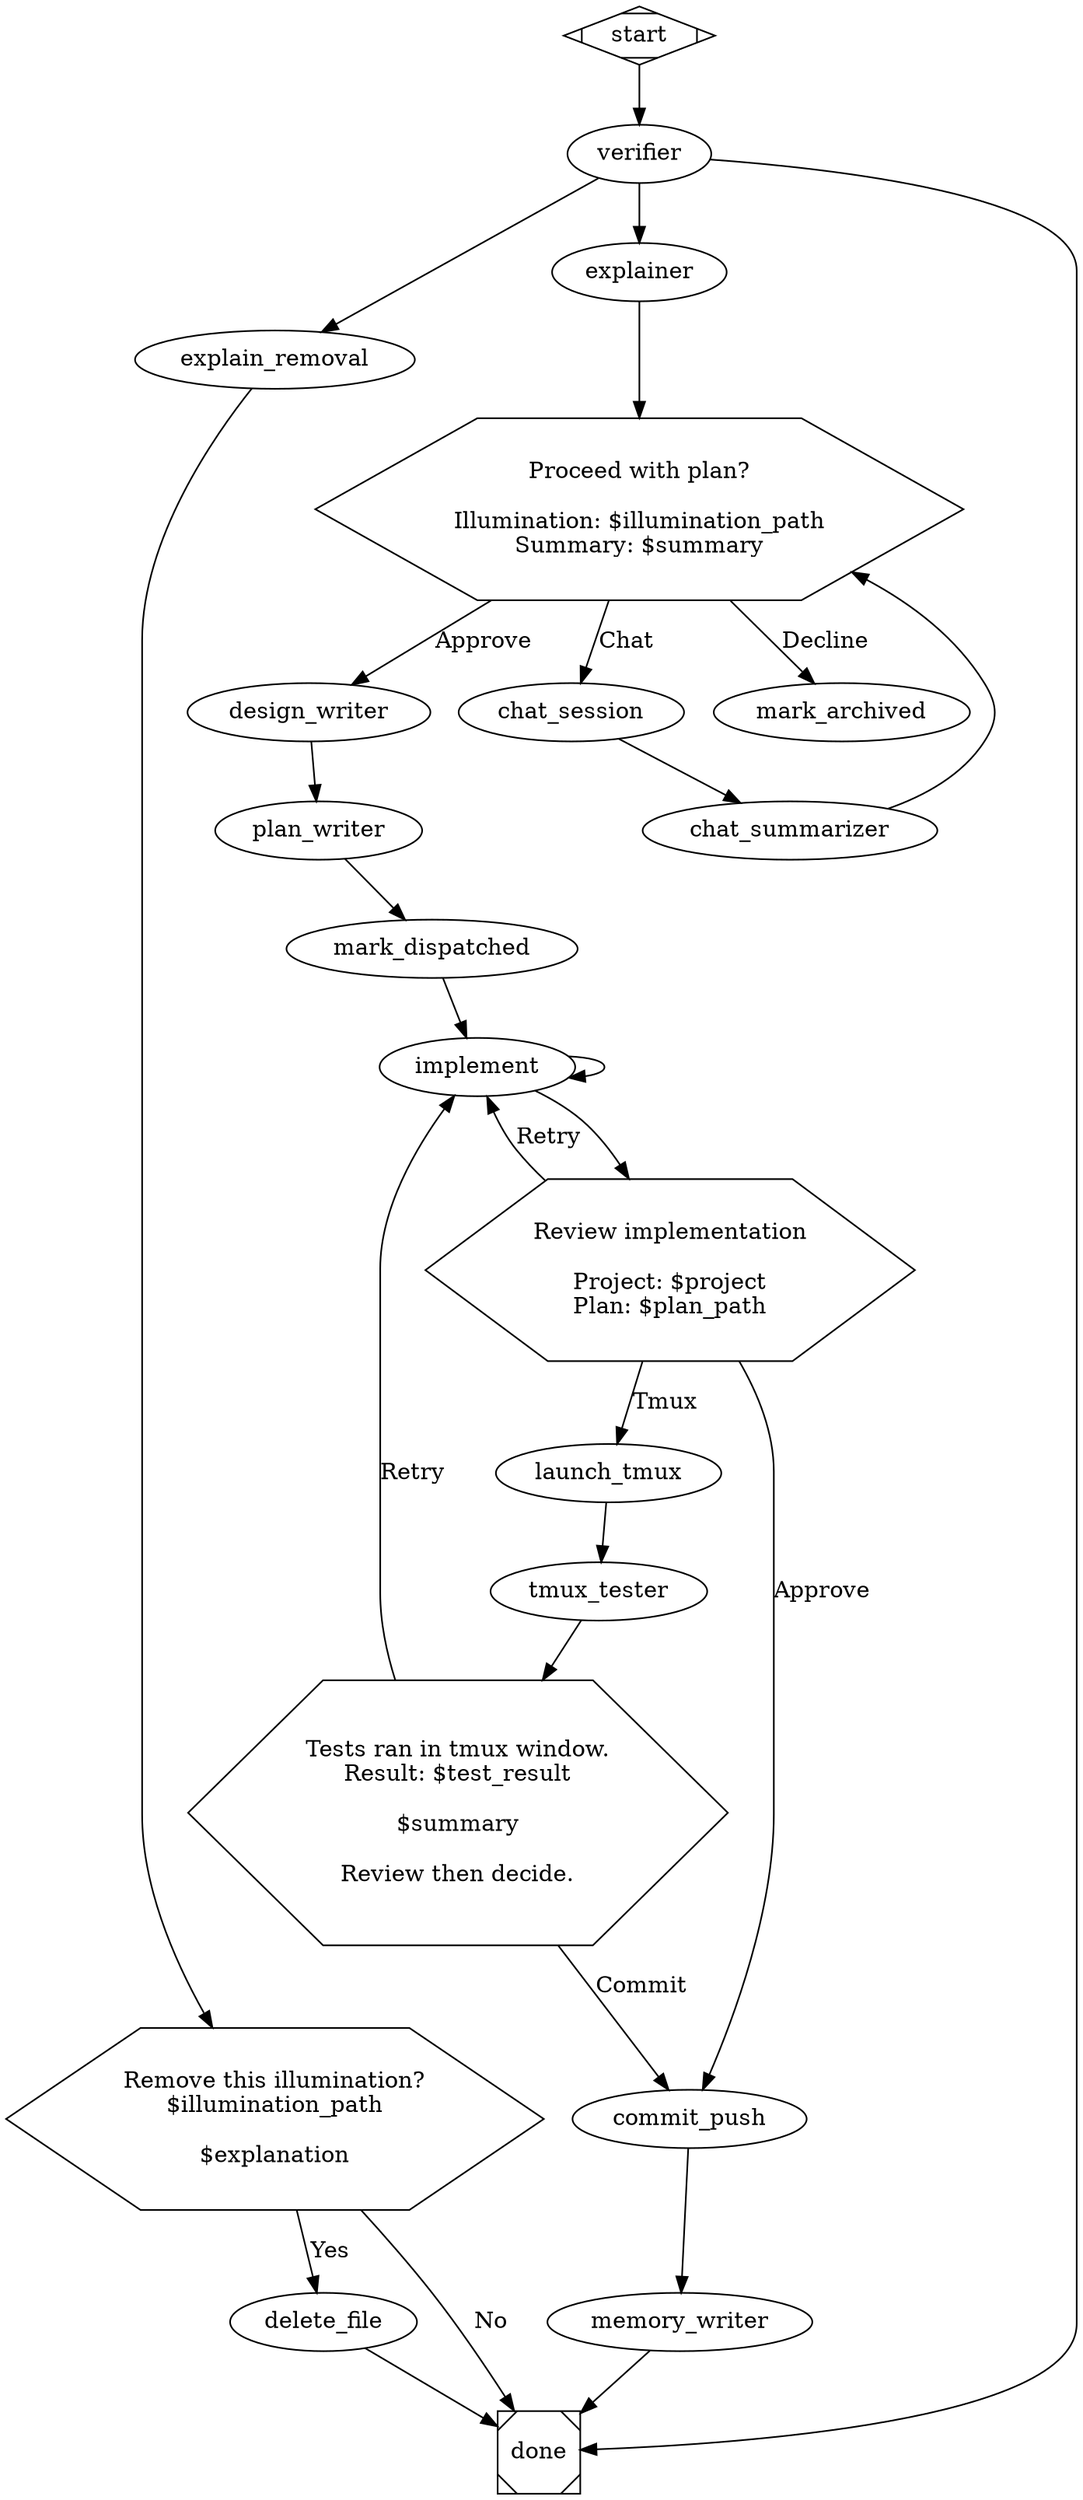
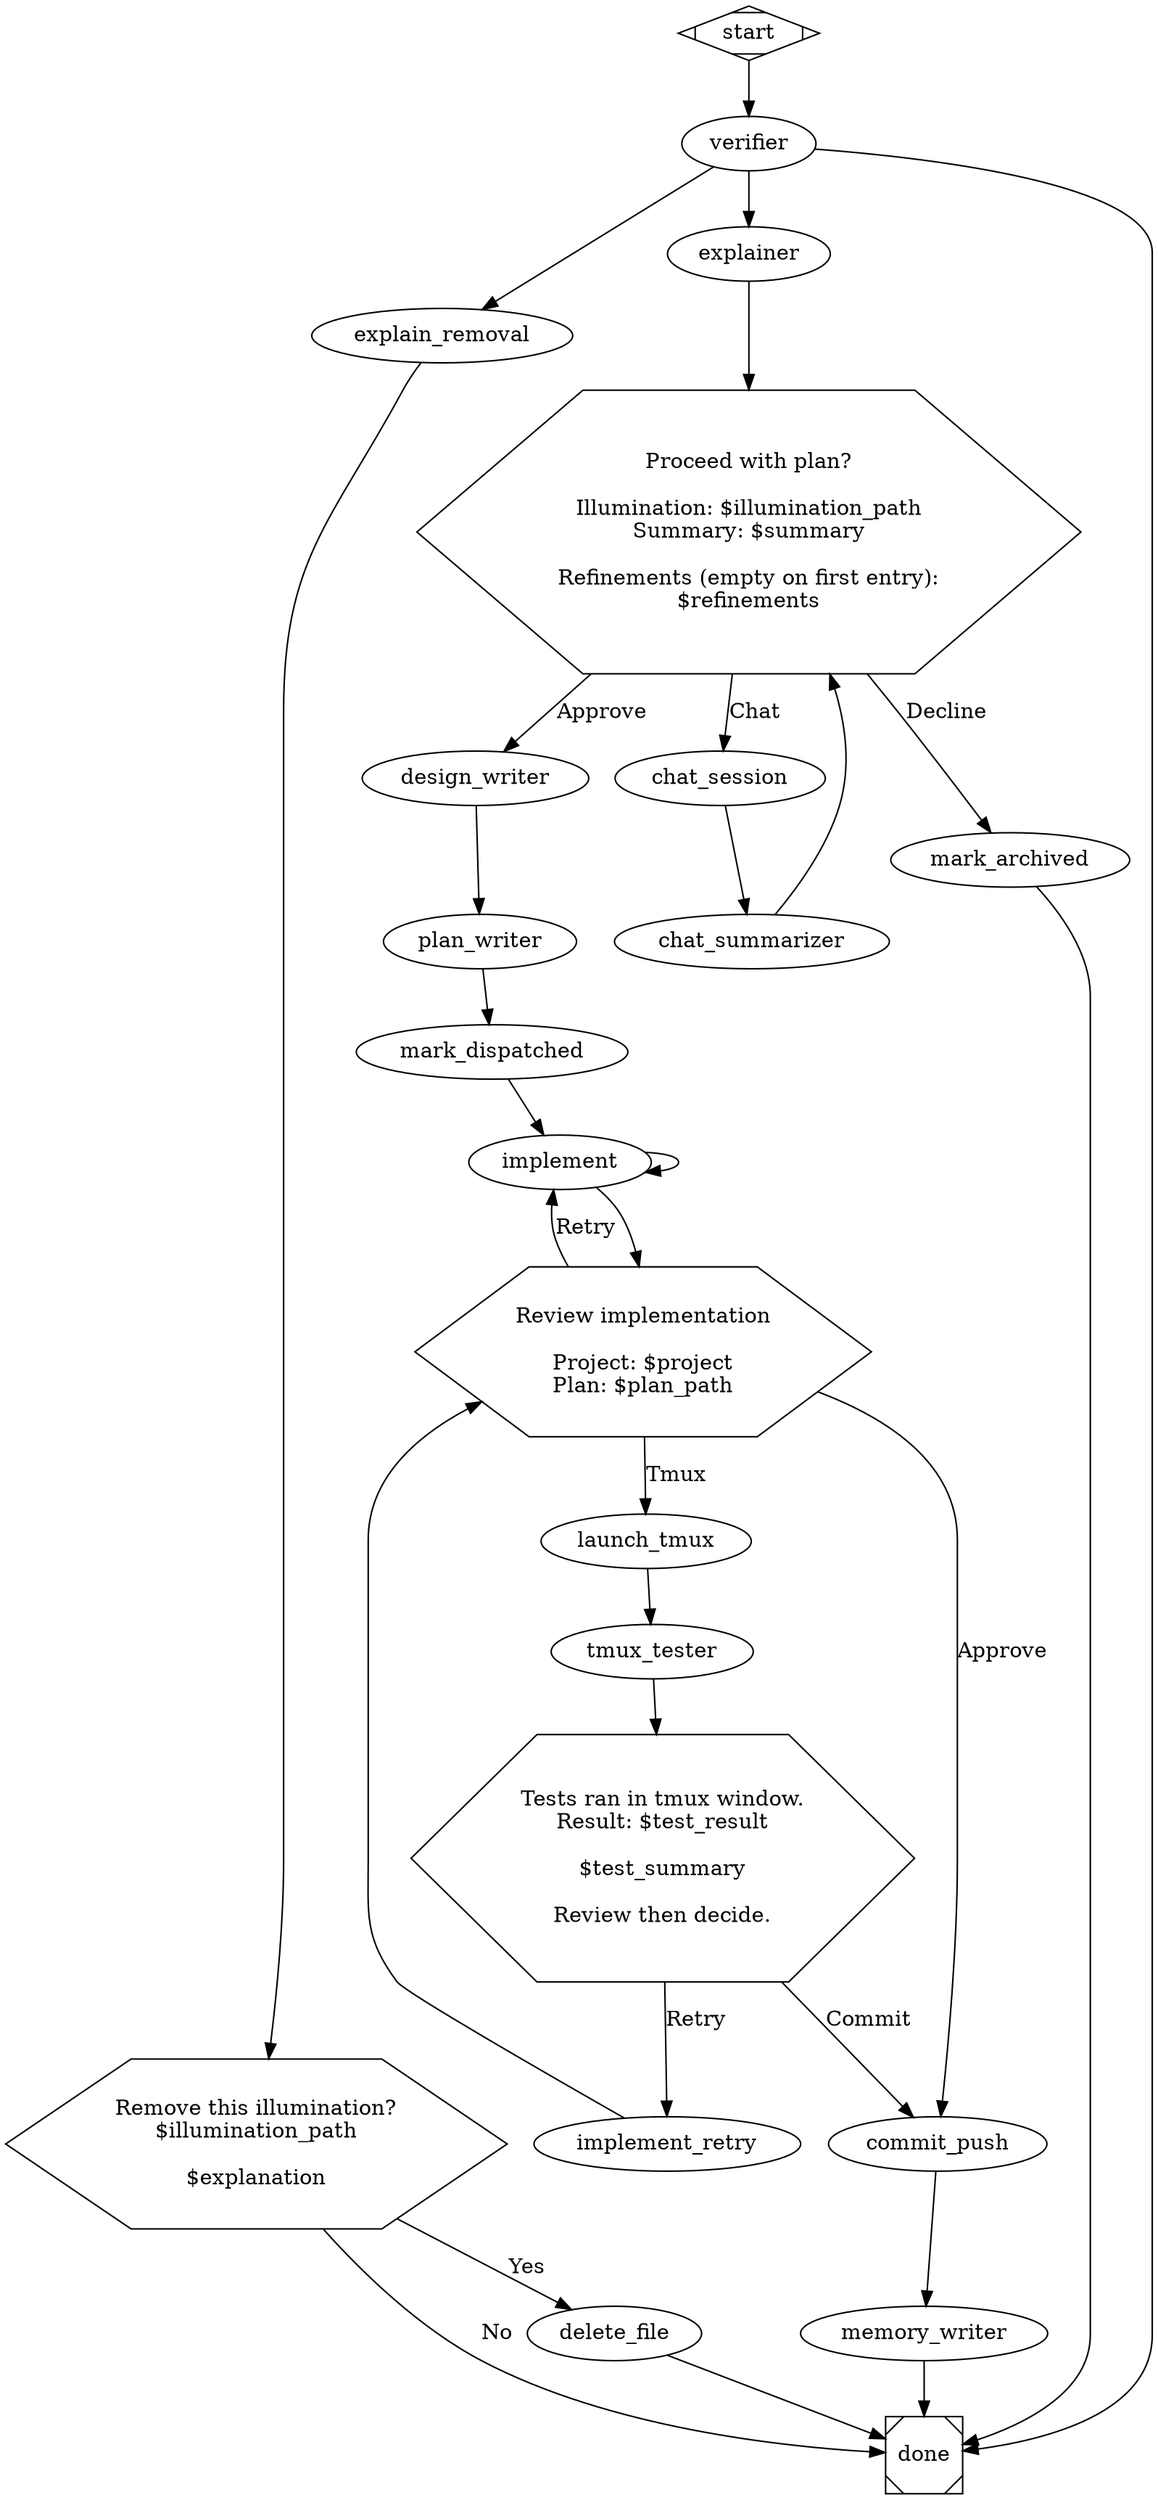
digraph illumination_to_implementation {
  goal="Triage an illumination into an approved design doc, implementation plan, and committed code"
  headless_safe=false
  inputs="project, meditations_dir, specs_dir, plans_dir"

  start [shape=Mdiamond]

  // ── Phase 1: Illumination triage (from illumination-to-plan) ──────────────

-   verifier [agent="implement", json_schema_file="schemas/verifier.json", produces="preferred_label, illumination_path, summary, explanation", prompt="You are a verification agent for the ralph-cli project.\n\n## Task\n\n1. Run glob on $meditations_dir/illuminations/*.md to list all illumination files.\n2. If no files exist, return preferred_label: empty, illumination_path: empty, summary: No illuminations found, explanation: The illuminations directory is empty.\n3. Pick ONE illumination to verify. Read it carefully.\n4. Spawn subagents (up to 50) to verify the illumination against the current codebase:\n   - Check src/ to verify technical claims about code behavior\n   - Check specs/*.md to verify claims about specifications\n   - Verify the issue described has NOT already been fixed\n5. Return your structured verdict.\n\n## Verification Criteria\n- Still relevant: the issue or gap described in the illumination exists in the current code\n- Technically accurate: the claims about code behavior match what the source code actually does\n- Both must be true for preferred_label: true\n\n## Rules\n- Do NOT modify any project files\n- Read only — no edits, no deletions, no new files"]
+   verifier [agent="implement", json_schema_file="schemas/verifier.json", produces="preferred_label, illumination_path, summary, explanation", prompt="You are a verification agent for the ralph-cli project.\n\n## Task\n\n1. Run glob on $meditations_dir/illuminations/*.md to list all illumination files.\n2. For each candidate, read its frontmatter. Consider ONLY files whose frontmatter `status` field is `open` (or is absent — treat missing status as open). SKIP any file with `status: dispatched`, `status: archived`, or any other non-open value — those have already been triaged and must not be re-processed.\n3. If no open illuminations remain, return preferred_label: empty, illumination_path: empty, summary: No open illuminations found, explanation: All illuminations in the directory are dispatched, archived, or otherwise closed.\n4. Pick ONE open illumination to verify. Read it carefully.\n5. Spawn subagents (up to 50) to verify the illumination against the current codebase:\n   - Check src/ to verify technical claims about code behavior\n   - Check specs/*.md to verify claims about specifications\n   - Verify the issue described has NOT already been fixed\n6. Return your structured verdict.\n\n## Verification Criteria\n- Still relevant: the issue or gap described in the illumination exists in the current code\n- Technically accurate: the claims about code behavior match what the source code actually does\n- Both must be true for preferred_label: true\n\n## Rules\n- Do NOT modify any project files\n- Read only — no edits, no deletions, no new files"]

  explain_removal [agent="implement", prompt="Read the illumination at $illumination_path.\n\nVerifier explanation: $explanation\n\nIn ONE sentence, explain to the user why this illumination is no longer valid or technically inaccurate. Be specific — reference the code or spec that contradicts it.\n\nDo NOT modify any project files."]

  remove_gate [shape=hexagon, label="Remove this illumination?\n$illumination_path\n\n$explanation"]

  delete_file [type="tool", tool_command="rm $illumination_path"]

-   mark_archived [agent="implement", prompt="Call mcp__illumination__mark_archived with filename from $illumination_path (basename only) and reason summarizing why the illumination is being archived (use context from $summary). Return the JSON result."]
+   mark_archived [agent="implement", default_refinements="", prompt="Call mcp__illumination__mark_archived with filename from $illumination_path (basename only) and a reason summarizing why the illumination is being archived.\n\nContext sources (combine into one concise reason):\n- Illumination summary: $summary\n- Verifier explanation: $explanation\n- Chat refinements (if any): $refinements\n\nReturn the JSON result."]

  mark_dispatched [type="tool",
                   script_file="scripts/mark-dispatched.mjs",
                   script_args="$illumination_path $plan_path"]

-   explainer [agent="implement", prompt="Read the illumination at $illumination_path.\n\nVerifier summary: $summary\nVerifier explanation: $explanation\n\nExplain to the user in simple, clear terms:\n1. What would change in the codebase\n2. Why this change matters\n3. What files or modules would be affected\n\nKeep it concise — aim for 3-5 sentences. Do NOT modify any project files."]
+   explainer [agent="implement", prompt="Read the illumination at $illumination_path.\n\nVerifier summary: $summary\nVerifier explanation: $explanation\n\nYour job: explain the change in plain language using CONCRETE examples drawn from the current codebase. Spawn subagents (up to 10) to gather context — read the source files, specs, CLI output patterns, or command shapes referenced in the illumination. Quote real paths, snippets, and command strings verbatim. Do not guess.\n\nProduce four sections:\n1. **Currently implemented** — show a concrete before-example: a real command invocation + its output today, or a code snippet from the cited file. Quote verbatim with file:line citations.\n2. **What will change** — show the same example after the change: the new command shape / new output / new code. Side-by-side with the before block.\n3. **Why it matters** — one sentence tying the diff to user-visible value.\n4. **Affected files** — bullet list of paths.\n\nA before/after code block beats prose. Aim for clarity over brevity. Do NOT modify any project files."]

-   approval_gate [shape=hexagon, label="Proceed with plan?\n\nIllumination: $illumination_path\nSummary: $summary"]
+   approval_gate [shape=hexagon, label="Proceed with plan?\n\nIllumination: $illumination_path\nSummary: $summary\n\nRefinements (empty on first entry):\n$refinements"]

  chat_session [agent="implement", interactive=true, prompt="You are discussing an illumination with the user.\n\nIllumination file: $illumination_path\nSummary: $summary\nExplanation: $explanation\n\nThe user may want to:\n- Refine the scope of changes\n- Add constraints or requirements\n- Ask questions about the illumination\n- Disagree with the assessment\n\nBefore ending the conversation, write your agreed conclusions to $meditations_dir/.triage/$run_id/chat-notes.md. This file will be read by the next pipeline stage.\n\nDo NOT modify any other project files."]

-   chat_summarizer [agent="implement", default_refinements="", json_schema_file="schemas/chat-summarizer.json", produces="refinements, scope_changed", prompt="Read $meditations_dir/.triage/$run_id/chat-notes.md and the illumination at $illumination_path.\n\nOriginal explanation: $explanation\nPrevious refinements (if any): $refinements\n\nSummarize what was refined or changed during the interactive session. Focus on concrete changes to scope, constraints, or approach.\n\nDo NOT modify any project files."]
+   chat_summarizer [agent="implement", default_refinements="", json_schema_file="schemas/chat-summarizer.json", produces="refinements, scope_changed, chat_notes_path", prompt="Read $meditations_dir/.triage/$run_id/chat-notes.md and the illumination at $illumination_path.\n\nOriginal summary: $summary\nOriginal explanation: $explanation\nPrevious refinements (if any): $refinements\n\nSummarize what was refined or changed during the interactive session. Focus on concrete changes to scope, constraints, or approach.\n\nEmit chat_notes_path set to exactly: $meditations_dir/.triage/$run_id/chat-notes.md — downstream nodes read the raw notes for full context.\n\nDo NOT modify any project files."]

-   design_writer [agent="implement", default_refinements="No interactive refinements were requested.", json_schema_file="schemas/design-writer.json", produces="design_doc_path", prompt="Write a superpowers-style design document based on the approved illumination.\n\nIllumination: $illumination_path\nSummary: $summary\nExplanation: $explanation\nRefinements: $refinements\n\n## Output\nWrite the design doc to $specs_dir/YYYY-MM-DD-<topic>-design.md where YYYY-MM-DD is today's date and <topic> is a short kebab-case name derived from the illumination.\n\nFollow the conventions of existing design docs in $specs_dir/. Include: overview, architecture, components, data flow, constraints.\n\nReturn the path to the created file in your structured output.\n\nDo NOT modify any other project files."]
+   design_writer [agent="implement", default_refinements="No interactive refinements were requested.", default_chat_notes_path="", json_schema_file="schemas/design-writer.json", produces="design_doc_path", prompt="Write a superpowers-style design document for the approved illumination.\n\nIllumination: $illumination_path\nSummary: $summary\nExplanation: $explanation\nRefinements: $refinements\nChat notes: $chat_notes_path\n\n## Required workflow\n1. If $chat_notes_path is non-empty, read that file first — it contains the full interactive-session context (rejected approaches, precedents cited, reasoning) that the summarizer distilled into $refinements. Prefer the raw notes over the summary where they conflict.\n2. Invoke the superpowers:brainstorming skill via the Skill tool to load its conventions. Skip the interactive Q&A phase — upstream nodes already refined intent. Jump to the 'After the Design' section.\n3. Write the initial design doc to $specs_dir/YYYY-MM-DD-<topic>-design.md (today's date, short kebab-case topic derived from the illumination). Follow the conventions of existing design docs in $specs_dir/. Cover: overview, architecture, components, data flow, constraints.\n4. Run the brainstorming skill's **Spec Review Loop**: dispatch the spec-document-reviewer subagent (see the skill's spec-document-reviewer-prompt.md) and pass the draft + illumination context. If the reviewer returns ❌ Issues Found, fix them in-place and re-dispatch. Stop on ✅ Approved or after 5 iterations (surface to user if stuck).\n5. Return the final file path in your structured output.\n\nDo NOT modify any other project files."]

-   plan_writer [agent="implement", json_schema_file="schemas/plan-writer.json", produces="plan_path", prompt="Read the design doc at $design_doc_path.\n\nWrite a superpowers-style implementation plan at $plans_dir/YYYY-MM-DD-<topic>.md where the date and topic match the design doc.\n\nFollow the conventions of existing plans in $plans_dir/. Include: chunks, tasks with TDD steps, exact file paths, commit messages.\n\nReturn the path to the created file in your structured output.\n\nDo NOT modify any other project files."]
+   plan_writer [agent="implement", default_refinements="No interactive refinements were requested.", default_chat_notes_path="", json_schema_file="schemas/plan-writer.json", produces="plan_path", prompt="Read the design doc at $design_doc_path — it is the primary source of truth.\n\nSupporting context (consult only if the design doc is missing a detail):\n- Illumination: $illumination_path\n- Refinements from chat: $refinements\n- Chat notes: $chat_notes_path (read if non-empty for edge-cases, test scenarios, or constraints the user raised that did not land in the design doc)\n\n## Required workflow\n1. Invoke the superpowers:writing-plans skill via the Skill tool and follow it end-to-end.\n2. Write the initial plan to $plans_dir/YYYY-MM-DD-<topic>.md where date and topic match the design doc. Use the skill's required plan header. Structure the plan with '## Chunk N: <name>' headings (each chunk ≤1000 lines, logically self-contained). Tasks follow bite-sized TDD steps with exact file paths, full code blocks, exact commands, expected output, and commit messages.\n3. Run the skill's **Plan Review Loop** per chunk: dispatch the plan-document-reviewer subagent (see the skill's plan-document-reviewer-prompt.md) with that chunk's content + the path to the design doc. If ❌ Issues Found, fix the chunk and re-dispatch. Advance to the next chunk only on ✅ Approved. Max 5 iterations per chunk (surface to user if stuck).\n4. Return the final file path in your structured output.\n\nDo NOT modify any other project files."]

  // ── Phase 2: Implementation ───────────────────────────────────────────────

  implement [agent="implement", max_retries=1, retry_target="implement", prompt="Read the implementation plan at $plan_path.\n\nImplement the plan using red/green TDD:\n1. Read the plan carefully\n2. For each chunk: write failing tests first, then implement to make them pass\n3. Commit after each passing chunk\n\nDo NOT push — a separate pipeline node handles that.\nDo NOT modify files outside the scope of the plan."]

+   implement_retry [agent="implement", default_test_result="", default_test_summary="", prompt="Read the implementation plan at $plan_path.\n\nThe previous implementation attempt was tested in a tmux window. Prior run result: $test_result\n\nPrior test summary:\n$test_summary\n\nPrioritize fixing the specific failures reported above. Implement using red/green TDD:\n1. Inspect the failing tests or build errors cited in the summary\n2. Write or update tests that reproduce the specific failure\n3. Implement the fix to make those tests pass\n4. Commit after each passing chunk\n\nDo NOT push — a separate pipeline node handles that.\nDo NOT modify files outside the scope of the plan."]
+ 
  review_gate [shape=hexagon, label="Review implementation\n\nProject: $project\nPlan: $plan_path"]

  launch_tmux [type="tool", tool_command="tmux new-window -c \"$project\" -n \"test-$run_id\""]

-   tmux_tester [agent="implement", json_schema_file="schemas/tmux-test-result.json", produces="test_result, summary", prompt="Read docs/harness/tmux-drive.md first — it contains the authoritative bash harness patterns.\n\nA tmux test window named 'test-$run_id' was just opened in the current session for project $project.\n\nYour job: drive that window to run the build and test suite, then report the outcome.\n\nSteps:\n1. Source the harness block from the doc.\n2. Set SESSION=$(tmux display-message -p '#S') and WIN=test-$run_id.\n3. Run the following in the window via the harness:\n   npm run build && npm test\n4. Use wait_for_string to wait for the test suite to finish (wait for 'Test Files' or 'Tests' summary line, budget 300000ms).\n5. Capture and read current.txt.\n6. Output test_result='pass' if all tests passed, 'fail' otherwise.\n7. Include a 1-2 sentence summary of what ran and how many tests passed/failed.\n\nDo NOT run interactive commands. Do NOT git push. Only build and test."]
+   tmux_tester [agent="implement", json_schema_file="schemas/tmux-test-result.json", produces="test_result, test_summary", prompt="Read docs/harness/tmux-drive.md first — it contains the authoritative bash harness patterns.\n\nA tmux test window named 'test-$run_id' was just opened in the current session for project $project.\n\nYour job: drive that window to run the build and test suite, then report the outcome.\n\nSteps:\n1. Source the harness block from the doc.\n2. Set SESSION=$(tmux display-message -p '#S') and WIN=test-$run_id.\n3. Run the following in the window via the harness:\n   npm run build && npm test\n4. Use wait_for_string to wait for the test suite to finish (wait for 'Test Files' or 'Tests' summary line, budget 300000ms).\n5. Capture and read current.txt.\n6. Output test_result='pass' if all tests passed, 'fail' otherwise.\n7. Emit test_summary: 1-2 sentence summary of what ran and how many tests passed/failed.\n\nDo NOT run interactive commands. Do NOT git push. Only build and test."]

-   tmux_confirm_gate [shape=hexagon, label="Tests ran in tmux window.\nResult: $test_result\n\n$summary\n\nReview then decide."]
+   tmux_confirm_gate [shape=hexagon, label="Tests ran in tmux window.\nResult: $test_result\n\n$test_summary\n\nReview then decide."]

  commit_push [type="tool", tool_command="cd $project && git push origin $(git branch --show-current) || git push -u origin $(git branch --show-current)"]

-   memory_writer [agent="implement", prompt="Write a memory file documenting this implementation session.\n\nPlan implemented: $plan_path\nDesign doc: $design_doc_path\nIllumination: $illumination_path\n\nWrite to $project/memory/YYYY-MM-DD-<topic>.md where the date is today and topic is a short kebab-case name matching the plan.\n\nInclude:\n- What was implemented (1-2 sentences)\n- Key files created or modified\n- Important decisions made or patterns established\n- Any gotchas or constraints discovered during implementation\n\nKeep it concise — this is a reference for future sessions, not a full report."]
+   memory_writer [agent="implement", default_test_result="", default_test_summary="", prompt="Write a memory file documenting this implementation session.\n\nPlan implemented: $plan_path\nDesign doc: $design_doc_path\nIllumination: $illumination_path\n\nSession outcome (empty if implementation skipped tmux verification):\n- Final test result: $test_result\n- Final test summary: $test_summary\n\nWrite to $project/memory/YYYY-MM-DD-<topic>.md where the date is today and topic is a short kebab-case name matching the plan.\n\nInclude:\n- What was implemented (1-2 sentences)\n- Key files created or modified\n- Important decisions made or patterns established\n- Any gotchas or constraints discovered during implementation\n- If test_result/test_summary are non-empty, record the final tmux verification outcome and any retry history discoverable from git log\n\nKeep it concise — this is a reference for future sessions, not a full report."]

  done [shape=Msquare]

  // ── Routing: Phase 1 ─────────────────────────────────────────────────────
  start -> verifier
  verifier -> explain_removal  [condition="preferred_label=false"]
  verifier -> explainer        [condition="preferred_label=true"]
  verifier -> done             [condition="preferred_label=empty"]

  // False path
  explain_removal -> remove_gate
  remove_gate -> done         [label="No"]
  remove_gate -> delete_file  [label="Yes"]
  delete_file -> done

  // True path
  explainer -> approval_gate
  approval_gate -> mark_archived  [label="Decline"]
  approval_gate -> design_writer  [label="Approve"]
  approval_gate -> chat_session   [label="Chat"]

  // Chat loop
  chat_session -> chat_summarizer -> approval_gate

+   // Decline branch terminator
+   mark_archived -> done
+ 
  // Plan writing — plan_writer must run before mark_dispatched so the
  // illumination frontmatter can record the resulting $plan_path.
  design_writer -> plan_writer -> mark_dispatched

  // ── Routing: Phase 2 ─────────────────────────────────────────────────────
  mark_dispatched -> implement

  implement -> implement           [condition="agent.success=false"]
  implement -> review_gate
+   implement_retry -> review_gate
  review_gate -> commit_push       [label="Approve"]
  review_gate -> launch_tmux       [label="Tmux"]
  review_gate -> implement         [label="Retry"]

  launch_tmux -> tmux_tester
  tmux_tester -> tmux_confirm_gate
  tmux_confirm_gate -> commit_push [label="Commit"]
-   tmux_confirm_gate -> implement   [label="Retry"]
+   tmux_confirm_gate -> implement_retry [label="Retry"]

  commit_push -> memory_writer -> done
}
